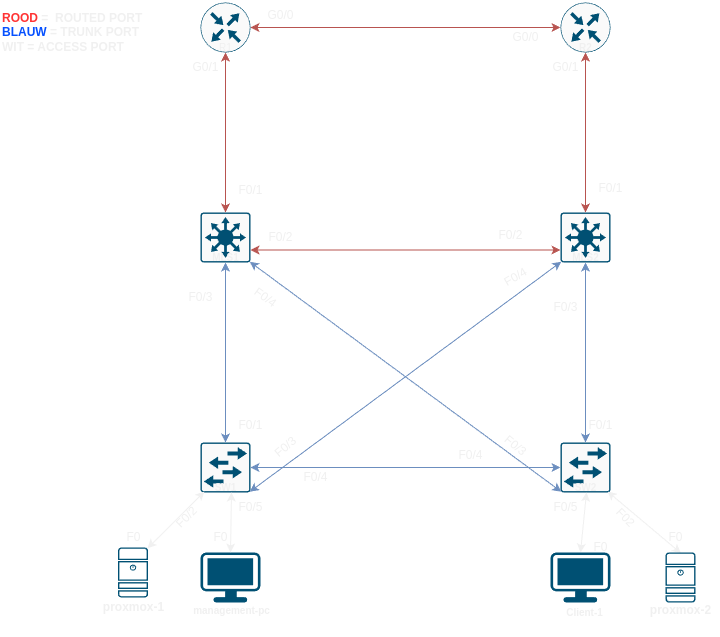
The draw.io diagram simlab1/documentatie/sprint1-topologie.drawio.png in joey-zwaan/howest-netwerkbeheer, before a commit. Source tidied: cells renumbered, new cells last; positions are measured from the earlier drawing's top-left corner, leaving out a move shared by most shapes.
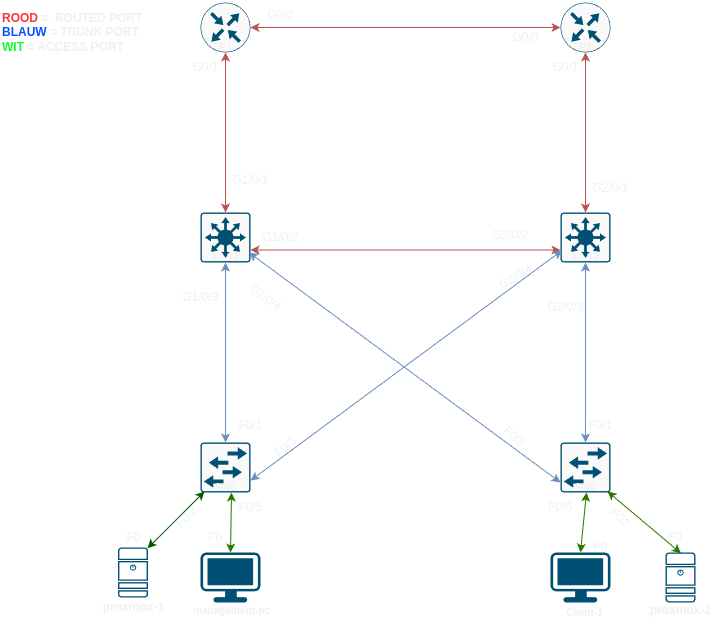
Later version of the same file.

Change to the diagram source:
```diff
@@ -41,22 +41,25 @@
     <mxCell id="13" style="edgeStyle=none;rounded=0;jettySize=auto;html=1;exitX=1;exitY=0.75;exitDx=0;exitDy=0;exitPerimeter=0;entryX=0;entryY=0.75;entryDx=0;entryDy=0;entryPerimeter=0;startArrow=classic;startFill=1;fillColor=#f8cecc;strokeColor=#b85450;" parent="1" edge="1" source="6" target="7">
       <mxGeometry relative="1" as="geometry" />
     </mxCell>
-    <mxCell id="14" style="edgeStyle=none;rounded=0;jettySize=auto;html=1;exitX=0.015;exitY=0.985;exitDx=0;exitDy=0;exitPerimeter=0;entryX=0.985;entryY=0.985;entryDx=0;entryDy=0;entryPerimeter=0;fillColor=#dae8fc;strokeColor=#6c8ebf;startArrow=classic;startFill=1;" parent="1" edge="1" source="7" target="2">
-      <mxGeometry relative="1" as="geometry" />
+    <mxCell id="14" style="edgeStyle=none;rounded=0;orthogonalLoop=1;jettySize=auto;html=1;exitX=0.015;exitY=0.985;exitDx=0;exitDy=0;exitPerimeter=0;entryX=0.985;entryY=0.985;entryDx=0;entryDy=0;entryPerimeter=0;fillColor=#dae8fc;strokeColor=#6c8ebf;startArrow=classic;startFill=1;" parent="1" edge="1">
+      <mxGeometry relative="1" as="geometry">
+        <mxPoint x="561.5" y="250" as="sourcePoint" />
+        <mxPoint x="250" y="480" as="targetPoint" />
+      </mxGeometry>
     </mxCell>
-    <mxCell id="15" style="edgeStyle=none;rounded=0;jettySize=auto;html=1;exitX=0.985;exitY=0.985;exitDx=0;exitDy=0;exitPerimeter=0;entryX=0.015;entryY=0.985;entryDx=0;entryDy=0;entryPerimeter=0;startArrow=classic;startFill=1;fillColor=#dae8fc;strokeColor=#6c8ebf;" parent="1" edge="1" source="6" target="3">
-      <mxGeometry relative="1" as="geometry" />
+    <mxCell id="15" style="edgeStyle=none;rounded=0;orthogonalLoop=1;jettySize=auto;html=1;exitX=0.985;exitY=0.985;exitDx=0;exitDy=0;exitPerimeter=0;entryX=0.015;entryY=0.985;entryDx=0;entryDy=0;entryPerimeter=0;startArrow=classic;startFill=1;fillColor=#dae8fc;strokeColor=#6c8ebf;" parent="1" edge="1">
+      <mxGeometry relative="1" as="geometry">
+        <mxPoint x="248.5" y="252" as="sourcePoint" />
+        <mxPoint x="560" y="482" as="targetPoint" />
+      </mxGeometry>
     </mxCell>
-    <mxCell id="16" style="edgeStyle=none;rounded=0;jettySize=auto;html=1;exitX=1;exitY=0.5;exitDx=0;exitDy=0;exitPerimeter=0;entryX=0;entryY=0.5;entryDx=0;entryDy=0;entryPerimeter=0;startArrow=classic;startFill=1;fillColor=#dae8fc;strokeColor=#6c8ebf;" parent="1" edge="1" source="2" target="3">
-      <mxGeometry relative="1" as="geometry" />
-    </mxCell>
     <mxCell id="17" style="edgeStyle=none;rounded=0;jettySize=auto;html=1;exitX=0.5;exitY=1;exitDx=0;exitDy=0;exitPerimeter=0;entryX=0.5;entryY=0;entryDx=0;entryDy=0;entryPerimeter=0;startArrow=classic;startFill=1;fillColor=#f8cecc;strokeColor=#b85450;" parent="1" edge="1" source="5" target="7">
       <mxGeometry relative="1" as="geometry" />
     </mxCell>
     <mxCell id="18" style="sketch=0;points=[[0.015,0.015,0],[0.985,0.015,0],[0.985,0.985,0],[0.015,0.985,0],[0.25,0,0],[0.5,0,0],[0.75,0,0],[1,0.25,0],[1,0.5,0],[1,0.75,0],[0.75,1,0],[0.5,1,0],[0.25,1,0],[0,0.75,0],[0,0.5,0],[0,0.25,0]];verticalLabelPosition=bottom;html=1;verticalAlign=top;align=center;shape=mxgraph.cisco19.server;fillColor=#005073;strokeColor=none;" parent="1" vertex="1">
       <mxGeometry x="117.5" y="547" width="30" height="50" as="geometry" />
     </mxCell>
-    <mxCell id="19" style="edgeStyle=none;rounded=0;jettySize=auto;html=1;exitX=0.08;exitY=0.633;exitDx=0;exitDy=0;exitPerimeter=0;entryX=0.985;entryY=0.015;entryDx=0;entryDy=0;entryPerimeter=0;startArrow=classic;startFill=1;" parent="1" edge="1" source="24" target="18">
+    <mxCell id="19" style="edgeStyle=none;rounded=0;jettySize=auto;html=1;exitX=0.08;exitY=0.633;exitDx=0;exitDy=0;exitPerimeter=0;entryX=0.985;entryY=0.015;entryDx=0;entryDy=0;entryPerimeter=0;startArrow=classic;startFill=1;fillColor=#008a00;strokeColor=#005700;" parent="1" edge="1" source="24" target="18">
       <mxGeometry relative="1" as="geometry" />
     </mxCell>
     <mxCell id="20" value="&lt;font style=&quot;font-size: 10px;&quot;&gt;&lt;b&gt;SW2&lt;/b&gt;&lt;/font&gt;" style="text;html=1;align=center;verticalAlign=middle;points=[];strokeColor=none;fillColor=none;" parent="1" vertex="1">
@@ -86,13 +89,13 @@
     <mxCell id="28" value="&lt;b&gt;&lt;font style=&quot;font-size: 10px;&quot;&gt;Client-1&lt;/font&gt;&lt;/b&gt;" style="text;html=1;align=center;verticalAlign=middle;strokeColor=none;fillColor=none;" parent="1" vertex="1">
       <mxGeometry x="553.8" y="597" width="60" height="30" as="geometry" />
     </mxCell>
-    <mxCell id="29" value="F0/3" style="text;html=1;align=center;verticalAlign=middle;strokeColor=none;fillColor=none;" parent="1" vertex="1">
-      <mxGeometry x="175" y="282" width="50" height="30" as="geometry" />
+    <mxCell id="29" value="G1/0/3" style="text;html=1;align=center;verticalAlign=middle;strokeColor=none;fillColor=none;" parent="1" vertex="1">
+      <mxGeometry x="170" y="282" width="60" height="30" as="geometry" />
     </mxCell>
     <mxCell id="30" value="F0" style="text;html=1;align=center;verticalAlign=middle;strokeColor=none;fillColor=none;" parent="1" vertex="1">
       <mxGeometry x="112.5" y="522" width="40" height="30" as="geometry" />
     </mxCell>
-    <mxCell id="31" value="&lt;b&gt;&lt;font color=&quot;#ff3333&quot;&gt;ROOD&lt;/font&gt; =&amp;nbsp; ROUTED PORT&lt;/b&gt;&lt;div&gt;&lt;b&gt;&lt;font style=&quot;background-color: initial;&quot; color=&quot;#0550ff&quot;&gt;BLAUW&lt;/font&gt;&lt;span style=&quot;background-color: initial;&quot;&gt; = TRUNK PORT&lt;/span&gt;&lt;/b&gt;&lt;div&gt;&lt;b&gt;WIT = ACCESS PORT&lt;/b&gt;&lt;/div&gt;&lt;/div&gt;" style="text;html=1;align=left;verticalAlign=middle;strokeColor=none;fillColor=none;" parent="1" vertex="1">
+    <mxCell id="31" value="&lt;b&gt;&lt;font color=&quot;#ff3333&quot;&gt;ROOD&lt;/font&gt; =&amp;nbsp; ROUTED PORT&lt;/b&gt;&lt;div&gt;&lt;b&gt;&lt;font style=&quot;background-color: initial;&quot; color=&quot;#0550ff&quot;&gt;BLAUW&lt;/font&gt;&lt;span style=&quot;background-color: initial;&quot;&gt; = TRUNK PORT&lt;/span&gt;&lt;/b&gt;&lt;div&gt;&lt;b&gt;&lt;font color=&quot;#0fff2f&quot;&gt;WIT&lt;/font&gt; = ACCESS PORT&lt;/b&gt;&lt;/div&gt;&lt;/div&gt;" style="text;html=1;align=left;verticalAlign=middle;strokeColor=none;fillColor=none;" parent="1" vertex="1">
       <mxGeometry y="2" width="160" height="60" as="geometry" />
     </mxCell>
     <mxCell id="32" value="F0/2" style="text;html=1;align=center;verticalAlign=middle;strokeColor=none;fillColor=none;rotation=315;" parent="1" vertex="1">
@@ -101,14 +104,14 @@
     <mxCell id="33" value="F0/1" style="text;html=1;align=center;verticalAlign=middle;strokeColor=none;fillColor=none;" parent="1" vertex="1">
       <mxGeometry x="575" y="410" width="50" height="30" as="geometry" />
     </mxCell>
-    <mxCell id="34" value="F0/3" style="text;html=1;align=center;verticalAlign=middle;strokeColor=none;fillColor=none;" parent="1" vertex="1">
-      <mxGeometry x="540" y="292" width="50" height="30" as="geometry" />
+    <mxCell id="34" value="G2/0/3" style="text;html=1;align=center;verticalAlign=middle;strokeColor=none;fillColor=none;" parent="1" vertex="1">
+      <mxGeometry x="535" y="292" width="60" height="30" as="geometry" />
     </mxCell>
     <mxCell id="35" value="F0" style="text;html=1;align=center;verticalAlign=middle;strokeColor=none;fillColor=none;" parent="1" vertex="1">
       <mxGeometry x="655" y="522" width="40" height="30" as="geometry" />
     </mxCell>
     <mxCell id="36" value="F0/3" style="text;html=1;align=center;verticalAlign=middle;strokeColor=none;fillColor=none;rotation=40;" parent="1" vertex="1">
-      <mxGeometry x="490" y="430" width="50" height="30" as="geometry" />
+      <mxGeometry x="489.2" y="420.8" width="50" height="30" as="geometry" />
     </mxCell>
     <mxCell id="37" value="G0/0" style="text;html=1;align=center;verticalAlign=middle;strokeColor=none;fillColor=none;" parent="1" vertex="1">
       <mxGeometry x="255" width="50" height="30" as="geometry" />
@@ -122,14 +125,14 @@
     <mxCell id="40" value="G0/1" style="text;html=1;align=center;verticalAlign=middle;strokeColor=none;fillColor=none;" parent="1" vertex="1">
       <mxGeometry x="180" y="52" width="50" height="30" as="geometry" />
     </mxCell>
-    <mxCell id="41" value="&lt;font style=&quot;font-size: 12px;&quot;&gt;F0/1&lt;/font&gt;" style="text;html=1;align=center;verticalAlign=middle;strokeColor=none;fillColor=none;fontSize=16;" parent="1" vertex="1">
-      <mxGeometry x="225" y="173" width="50" height="30" as="geometry" />
+    <mxCell id="41" value="&lt;font style=&quot;font-size: 12px;&quot;&gt;G1/0/1&lt;/font&gt;&lt;div&gt;&lt;font style=&quot;font-size: 12px;&quot;&gt;&lt;br&gt;&lt;/font&gt;&lt;/div&gt;" style="text;html=1;align=center;verticalAlign=middle;strokeColor=none;fillColor=none;fontSize=16;" parent="1" vertex="1">
+      <mxGeometry x="220" y="163" width="60" height="50" as="geometry" />
     </mxCell>
-    <mxCell id="42" value="F0/1" style="text;html=1;align=center;verticalAlign=middle;strokeColor=none;fillColor=none;" parent="1" vertex="1">
-      <mxGeometry x="585" y="173" width="50" height="30" as="geometry" />
+    <mxCell id="42" value="G2/0/1" style="text;html=1;align=center;verticalAlign=middle;strokeColor=none;fillColor=none;" parent="1" vertex="1">
+      <mxGeometry x="580" y="173" width="60" height="30" as="geometry" />
     </mxCell>
-    <mxCell id="43" value="F0/2" style="text;html=1;align=center;verticalAlign=middle;strokeColor=none;fillColor=none;" parent="1" vertex="1">
-      <mxGeometry x="255" y="222" width="50" height="30" as="geometry" />
+    <mxCell id="43" value="G1/0/2" style="text;html=1;align=center;verticalAlign=middle;strokeColor=none;fillColor=none;" parent="1" vertex="1">
+      <mxGeometry x="250" y="222" width="60" height="30" as="geometry" />
     </mxCell>
     <mxCell id="44" value="&lt;b&gt;proxmox-2&lt;/b&gt;&lt;div&gt;&lt;br&gt;&lt;/div&gt;" style="text;html=1;align=center;verticalAlign=middle;strokeColor=none;fillColor=none;" parent="1" vertex="1">
       <mxGeometry x="640" y="597" width="80" height="40" as="geometry" />
@@ -137,7 +140,7 @@
     <mxCell id="45" style="points=[[0.03,0.03,0],[0.5,0,0],[0.97,0.03,0],[1,0.4,0],[0.97,0.745,0],[0.5,1,0],[0.03,0.745,0],[0,0.4,0]];verticalLabelPosition=bottom;sketch=0;html=1;verticalAlign=top;align=center;shape=mxgraph.cisco19.workstation;fillColor=#005073;strokeColor=none;" parent="1" vertex="1">
       <mxGeometry x="200" y="552" width="60" height="50" as="geometry" />
     </mxCell>
-    <mxCell id="46" style="edgeStyle=none;rounded=0;jettySize=auto;html=1;exitX=0.5;exitY=0;exitDx=0;exitDy=0;exitPerimeter=0;startArrow=classic;startFill=1;" parent="1" edge="1" source="47">
+    <mxCell id="46" style="edgeStyle=none;rounded=0;jettySize=auto;html=1;exitX=0.5;exitY=0;exitDx=0;exitDy=0;exitPerimeter=0;startArrow=classic;startFill=1;fillColor=#60a917;strokeColor=#2D7600;" parent="1" edge="1" source="47">
       <mxGeometry relative="1" as="geometry">
         <mxPoint x="586" y="492" as="targetPoint" />
       </mxGeometry>
@@ -145,7 +148,7 @@
     <mxCell id="47" style="points=[[0.03,0.03,0],[0.5,0,0],[0.97,0.03,0],[1,0.4,0],[0.97,0.745,0],[0.5,1,0],[0.03,0.745,0],[0,0.4,0]];verticalLabelPosition=bottom;sketch=0;html=1;verticalAlign=top;align=center;shape=mxgraph.cisco19.workstation;fillColor=#005073;strokeColor=none;" parent="1" vertex="1">
       <mxGeometry x="550" y="552" width="60" height="50" as="geometry" />
     </mxCell>
-    <mxCell id="48" style="edgeStyle=none;rounded=0;jettySize=auto;html=1;exitX=0.015;exitY=0.015;exitDx=0;exitDy=0;exitPerimeter=0;entryX=0.94;entryY=0.633;entryDx=0;entryDy=0;entryPerimeter=0;startArrow=classic;startFill=1;" parent="1" edge="1" target="20">
+    <mxCell id="48" style="edgeStyle=none;rounded=0;jettySize=auto;html=1;exitX=0.015;exitY=0.015;exitDx=0;exitDy=0;exitPerimeter=0;entryX=0.94;entryY=0.633;entryDx=0;entryDy=0;entryPerimeter=0;startArrow=classic;startFill=1;fillColor=#60a917;strokeColor=#2D7600;" parent="1" edge="1" target="20">
       <mxGeometry relative="1" as="geometry">
         <mxPoint x="680.4" y="552.8" as="sourcePoint" />
       </mxGeometry>
@@ -153,38 +156,32 @@
     <mxCell id="49" value="F0/1" style="text;html=1;align=center;verticalAlign=middle;strokeColor=none;fillColor=none;" parent="1" vertex="1">
       <mxGeometry x="225" y="410" width="50" height="30" as="geometry" />
     </mxCell>
-    <mxCell id="50" value="F0/4" style="text;html=1;align=center;verticalAlign=middle;strokeColor=none;fillColor=none;" parent="1" vertex="1">
-      <mxGeometry x="290" y="462" width="50" height="30" as="geometry" />
-    </mxCell>
-    <mxCell id="51" value="F0/4" style="text;html=1;align=center;verticalAlign=middle;strokeColor=none;fillColor=none;" parent="1" vertex="1">
-      <mxGeometry x="445" y="440" width="50" height="30" as="geometry" />
-    </mxCell>
     <mxCell id="52" value="F0/3" style="text;html=1;align=center;verticalAlign=middle;strokeColor=none;fillColor=none;rotation=-40;" parent="1" vertex="1">
       <mxGeometry x="260" y="432" width="50" height="30" as="geometry" />
     </mxCell>
-    <mxCell id="53" value="F0/4" style="text;html=1;align=center;verticalAlign=middle;strokeColor=none;fillColor=none;rotation=36;" parent="1" vertex="1">
-      <mxGeometry x="240" y="282" width="50" height="30" as="geometry" />
+    <mxCell id="53" value="G1/0/4" style="text;html=1;align=center;verticalAlign=middle;strokeColor=none;fillColor=none;rotation=36;" parent="1" vertex="1">
+      <mxGeometry x="235" y="282" width="60" height="30" as="geometry" />
     </mxCell>
-    <mxCell id="54" value="F0/4" style="text;html=1;align=center;verticalAlign=middle;strokeColor=none;fillColor=none;rotation=-30;" parent="1" vertex="1">
-      <mxGeometry x="490" y="262" width="50" height="30" as="geometry" />
+    <mxCell id="54" value="G2/0/4" style="text;html=1;align=center;verticalAlign=middle;strokeColor=none;fillColor=none;rotation=-30;" parent="1" vertex="1">
+      <mxGeometry x="485" y="262" width="60" height="30" as="geometry" />
     </mxCell>
-    <mxCell id="55" value="F0/2" style="text;html=1;align=center;verticalAlign=middle;strokeColor=none;fillColor=none;" parent="1" vertex="1">
-      <mxGeometry x="485" y="220" width="50" height="30" as="geometry" />
+    <mxCell id="55" value="G2/0/2" style="text;html=1;align=center;verticalAlign=middle;strokeColor=none;fillColor=none;" parent="1" vertex="1">
+      <mxGeometry x="480" y="220" width="60" height="30" as="geometry" />
     </mxCell>
     <mxCell id="56" value="F02" style="text;html=1;align=center;verticalAlign=middle;strokeColor=none;fillColor=none;rotation=46;" parent="1" vertex="1">
-      <mxGeometry x="605" y="502" width="40" height="30" as="geometry" />
+      <mxGeometry x="600" y="502" width="40" height="30" as="geometry" />
     </mxCell>
-    <mxCell id="57" style="edgeStyle=none;rounded=0;jettySize=auto;html=1;exitX=0.5;exitY=0;exitDx=0;exitDy=0;exitPerimeter=0;entryX=0.62;entryY=0.667;entryDx=0;entryDy=0;entryPerimeter=0;startArrow=classic;startFill=1;" parent="1" edge="1" source="45" target="24">
+    <mxCell id="57" style="edgeStyle=none;rounded=0;jettySize=auto;html=1;exitX=0.5;exitY=0;exitDx=0;exitDy=0;exitPerimeter=0;entryX=0.62;entryY=0.667;entryDx=0;entryDy=0;entryPerimeter=0;startArrow=classic;startFill=1;fillColor=#60a917;strokeColor=#2D7600;" parent="1" edge="1" source="45" target="24">
       <mxGeometry relative="1" as="geometry" />
     </mxCell>
     <mxCell id="58" value="F0/5" style="text;html=1;align=center;verticalAlign=middle;strokeColor=none;fillColor=none;" parent="1" vertex="1">
       <mxGeometry x="225" y="492" width="50" height="30" as="geometry" />
     </mxCell>
     <mxCell id="59" value="F0" style="text;html=1;align=center;verticalAlign=middle;strokeColor=none;fillColor=none;" parent="1" vertex="1">
-      <mxGeometry x="200" y="522" width="40" height="30" as="geometry" />
+      <mxGeometry x="195" y="522" width="40" height="30" as="geometry" />
     </mxCell>
     <mxCell id="60" value="F0/5" style="text;html=1;align=center;verticalAlign=middle;strokeColor=none;fillColor=none;" parent="1" vertex="1">
-      <mxGeometry x="540" y="492" width="50" height="30" as="geometry" />
+      <mxGeometry x="535" y="492" width="50" height="30" as="geometry" />
     </mxCell>
     <mxCell id="61" value="F0" style="text;html=1;align=center;verticalAlign=middle;strokeColor=none;fillColor=none;" parent="1" vertex="1">
       <mxGeometry x="580" y="532" width="40" height="30" as="geometry" />
```
